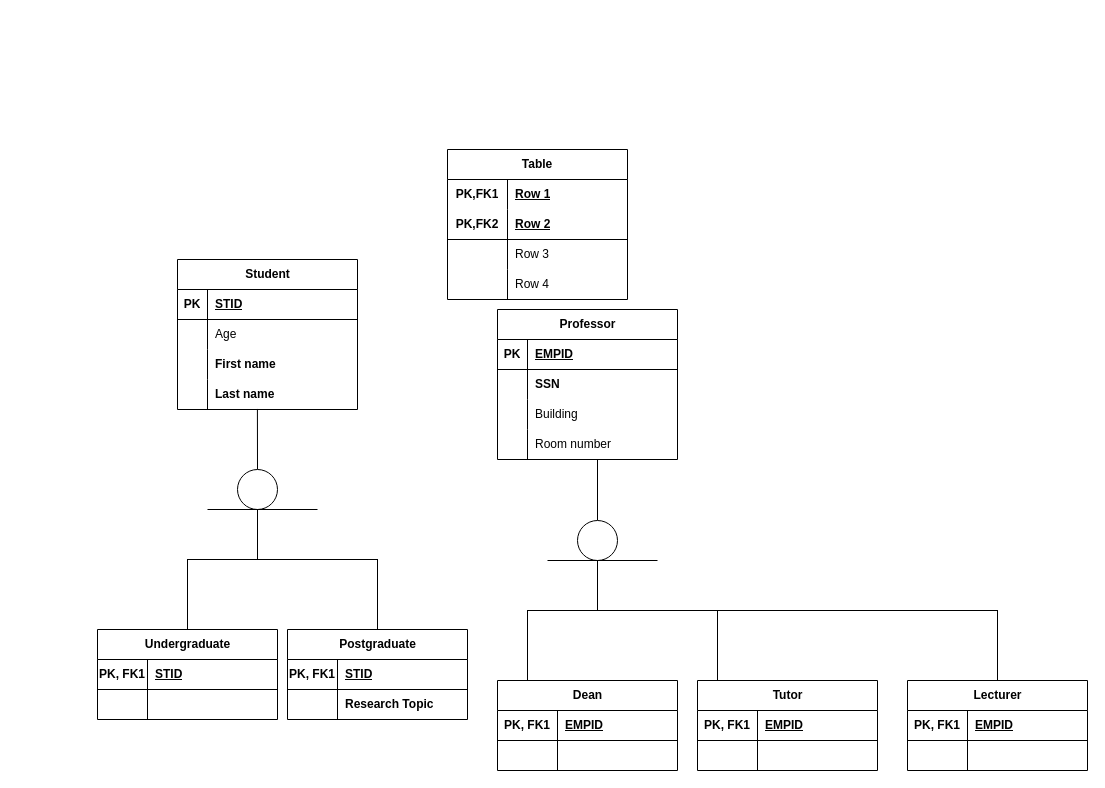
us-ja/Data_Management keeps this draw.io diagram as Homework2/DM-HW2_Janis_Waser_Cuihan_Zhang.drawio. Above is the earlier version. Source tidied: cells renumbered, new cells numbered last; positions are measured from the earlier drawing's top-left corner, leaving out a move shared by most shapes. Both pictures are drawn from the tidied source at 100%, with x=0, y=0 at pixel (97, 149).
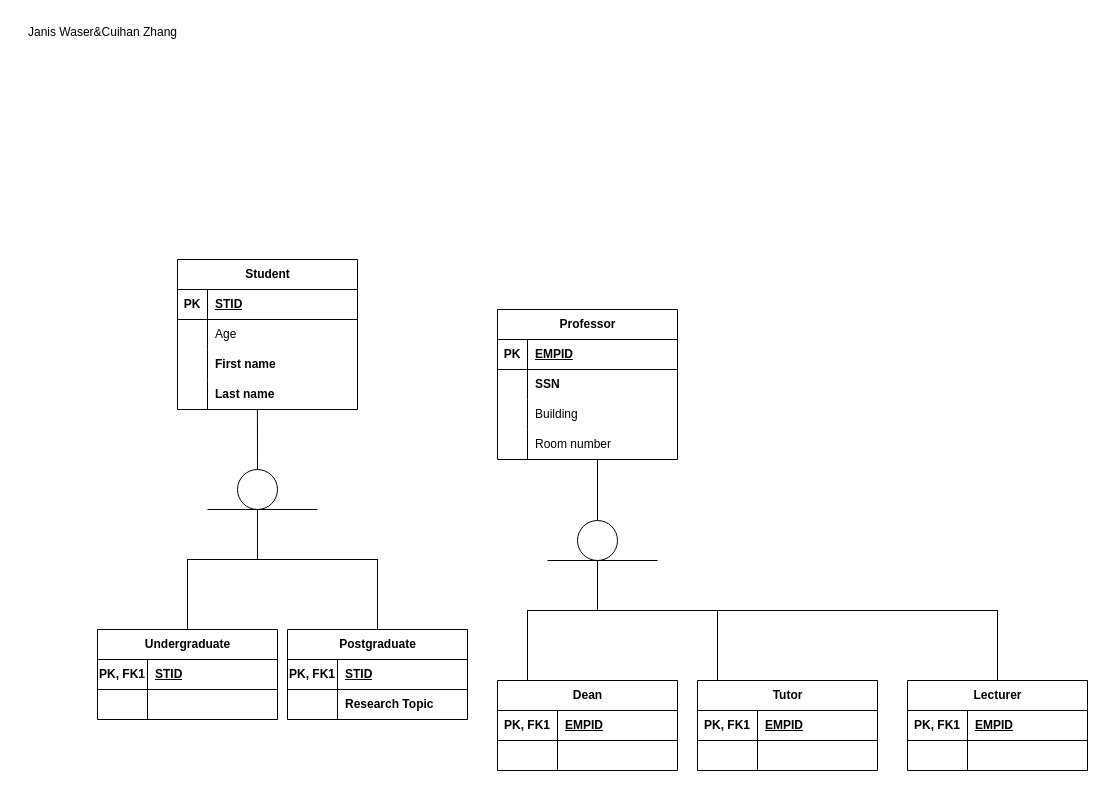
The same diagram, later.

Commit message:
potential last commit before I go

Diff of the diagram source:
```diff
@@
-    <mxCell id="15" value="Table" style="shape=table;startSize=30;childLayout=tableLayout;rowLines=0;fontStyle=1;align=center;html=1;whiteSpace=wrap;" parent="1" vertex="1">
-      <mxGeometry x="350" width="180" height="150" as="geometry" />
-    </mxCell>
-    <mxCell id="16" style="shape=tableRow;horizontal=0;startSize=0;swimlaneHead=0;swimlaneBody=0;fillColor=none;top=0;left=0;right=0;bottom=0;html=1;" parent="15" vertex="1">
-      <mxGeometry y="30" width="180" height="30" as="geometry" />
-    </mxCell>
-    <mxCell id="17" value="PK,FK1" style="shape=partialRectangle;fillColor=none;top=0;left=0;bottom=0;right=0;fontStyle=1;overflow=hidden;html=1;whiteSpace=wrap;" parent="16" vertex="1">
-      <mxGeometry width="60" height="30" as="geometry" />
-    </mxCell>
-    <mxCell id="18" value="Row 1" style="shape=partialRectangle;fillColor=none;top=0;left=0;bottom=0;right=0;align=left;spacingLeft=6;fontStyle=5;overflow=hidden;html=1;whiteSpace=wrap;" parent="16" vertex="1">
-      <mxGeometry x="60" width="120" height="30" as="geometry" />
-    </mxCell>
-    <mxCell id="19" style="shape=tableRow;horizontal=0;startSize=0;swimlaneHead=0;swimlaneBody=0;fillColor=none;top=0;left=0;right=0;bottom=1;html=1;" parent="15" vertex="1">
-      <mxGeometry y="60" width="180" height="30" as="geometry" />
-    </mxCell>
-    <mxCell id="20" value="PK,FK2" style="shape=partialRectangle;fillColor=none;top=0;left=0;bottom=0;right=0;fontStyle=1;overflow=hidden;html=1;whiteSpace=wrap;" parent="19" vertex="1">
-      <mxGeometry width="60" height="30" as="geometry" />
-    </mxCell>
-    <mxCell id="21" value="Row 2" style="shape=partialRectangle;fillColor=none;top=0;left=0;bottom=0;right=0;align=left;spacingLeft=6;fontStyle=5;overflow=hidden;html=1;whiteSpace=wrap;" parent="19" vertex="1">
-      <mxGeometry x="60" width="120" height="30" as="geometry" />
-    </mxCell>
-    <mxCell id="22" style="shape=tableRow;horizontal=0;startSize=0;swimlaneHead=0;swimlaneBody=0;fillColor=none;top=0;left=0;right=0;bottom=0;html=1;" parent="15" vertex="1">
-      <mxGeometry y="90" width="180" height="30" as="geometry" />
-    </mxCell>
-    <mxCell id="23" style="shape=partialRectangle;fillColor=none;top=0;left=0;bottom=0;right=0;overflow=hidden;html=1;whiteSpace=wrap;" parent="22" vertex="1">
-      <mxGeometry width="60" height="30" as="geometry" />
-    </mxCell>
-    <mxCell id="24" value="Row 3" style="shape=partialRectangle;fillColor=none;top=0;left=0;bottom=0;right=0;align=left;spacingLeft=6;overflow=hidden;html=1;whiteSpace=wrap;" parent="22" vertex="1">
-      <mxGeometry x="60" width="120" height="30" as="geometry" />
-    </mxCell>
-    <mxCell id="25" style="shape=tableRow;horizontal=0;startSize=0;swimlaneHead=0;swimlaneBody=0;fillColor=none;top=0;left=0;right=0;bottom=0;html=1;" parent="15" vertex="1">
-      <mxGeometry y="120" width="180" height="30" as="geometry" />
-    </mxCell>
-    <mxCell id="26" style="shape=partialRectangle;fillColor=none;top=0;left=0;bottom=0;right=0;overflow=hidden;html=1;whiteSpace=wrap;" parent="25" vertex="1">
-      <mxGeometry width="60" height="30" as="geometry" />
-    </mxCell>
-    <mxCell id="27" value="Row 4" style="shape=partialRectangle;fillColor=none;top=0;left=0;bottom=0;right=0;align=left;spacingLeft=6;overflow=hidden;html=1;whiteSpace=wrap;" parent="25" vertex="1">
-      <mxGeometry x="60" width="120" height="30" as="geometry" />
-    </mxCell>
@@
+    <mxCell id="89" value="Janis Waser&amp;amp;Cuihan Zhang" style="text;html=1;align=center;verticalAlign=middle;strokeColor=none;fillColor=none;" parent="1" vertex="1">
+      <mxGeometry x="-80" y="-132" width="170" height="30" as="geometry" />
+    </mxCell>
```
